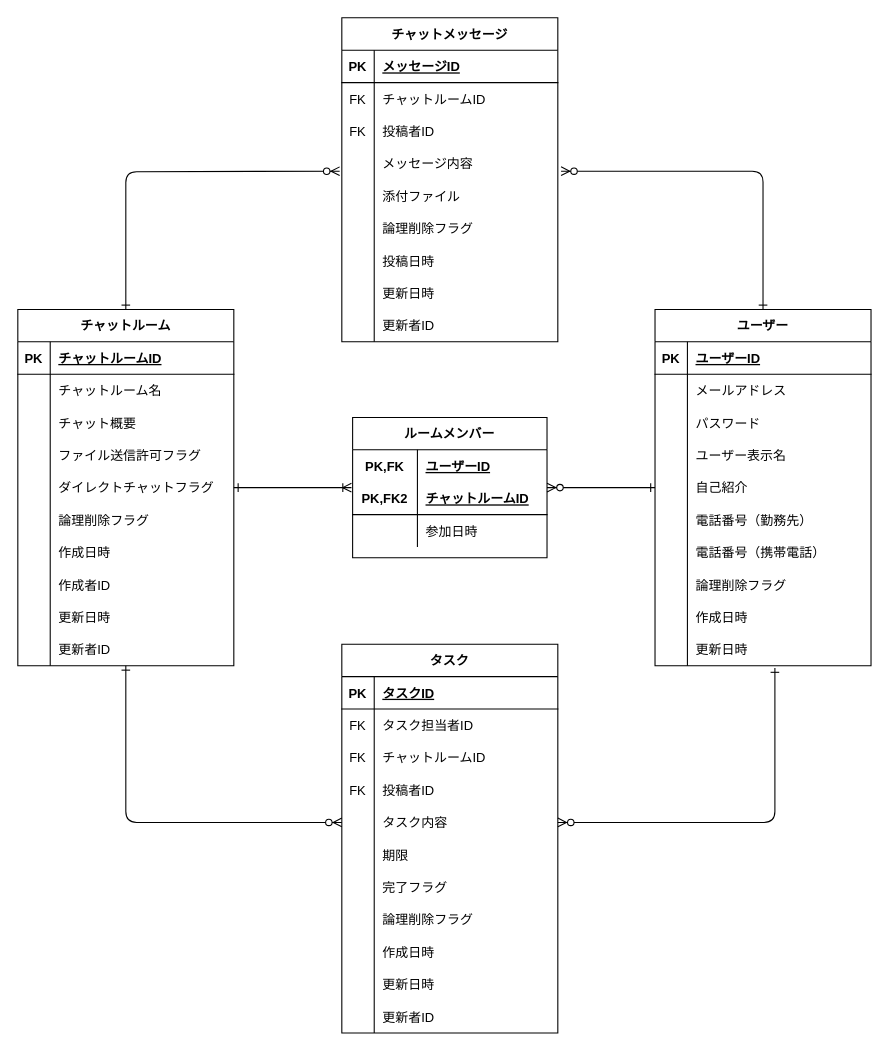
shihoono/quelcode-db keeps this draw.io diagram as db/db-challenge1/first.drawio. Above is the earlier version. Source tidied: cells renumbered, new cells numbered last; positions are measured from the earlier drawing's top-left corner, leaving out a move shared by most shapes. Both pictures are drawn from the tidied source at 108%, with x=0, y=0 at pixel (17, 17).
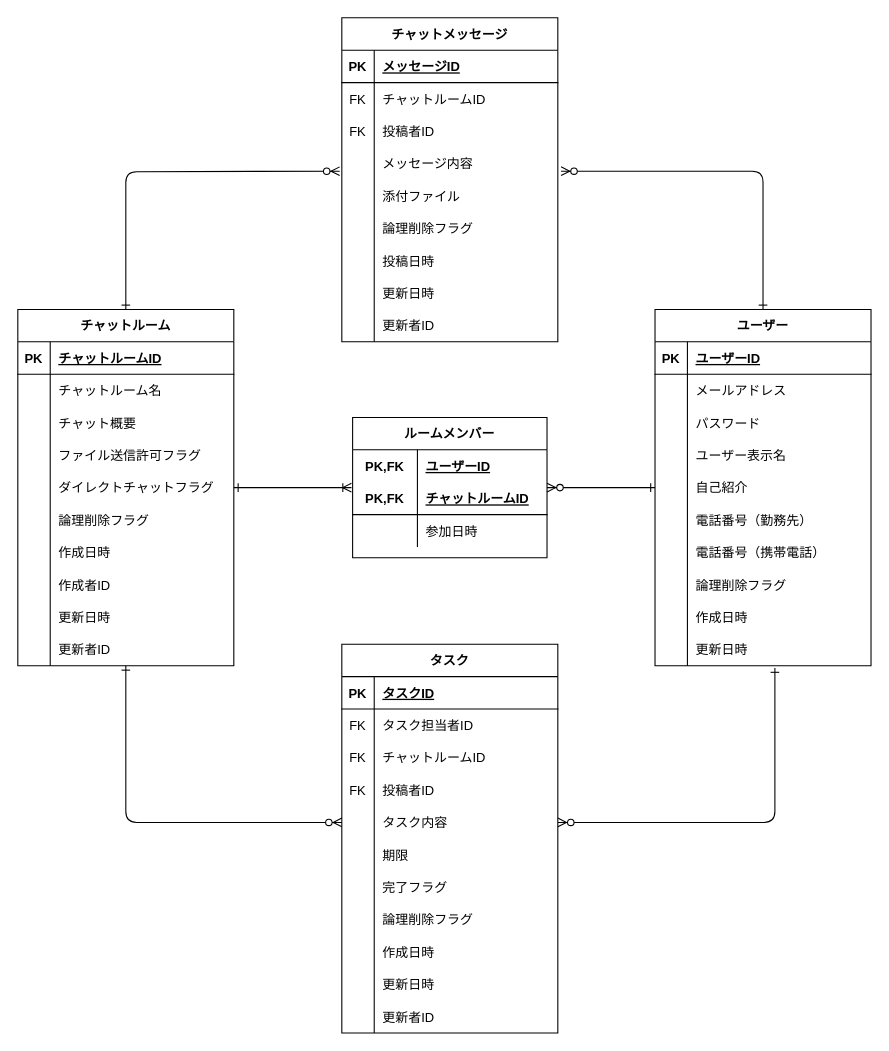
The same page after the edit.

Unchanged cells that the change refers to:
```xml
<mxCell id="136" style="shape=partialRectangle;fillColor=none;top=0;left=0;bottom=1;right=0;points=[[0,0.5],[1,0.5]];portConstraint=eastwest;" parent="132" vertex="1">
  <mxGeometry y="60" width="180" height="30" as="geometry" />
</mxCell>
```

The edit, as a diff of the source:
```diff
@@
-    <mxCell id="137" value="PK,FK2" style="shape=partialRectangle;fillColor=none;top=0;left=0;bottom=0;right=0;fontStyle=1;overflow=hidden;" parent="136" vertex="1">
+    <mxCell id="137" value="PK,FK" style="shape=partialRectangle;fillColor=none;top=0;left=0;bottom=0;right=0;fontStyle=1;overflow=hidden;" parent="136" vertex="1">
       <mxGeometry width="60" height="30" as="geometry" />
     </mxCell>
```
